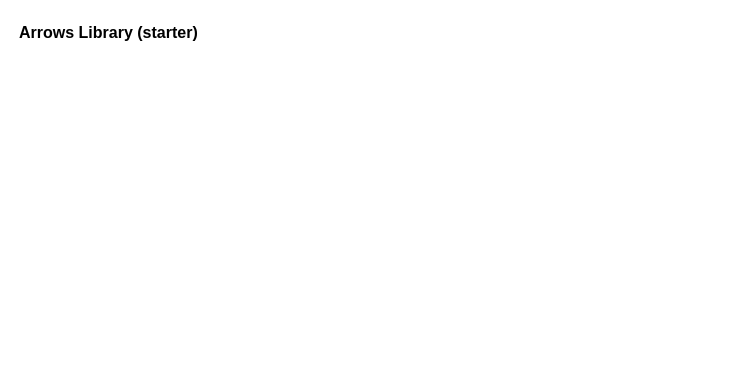
Before: shared-resources/drawio-icons/arrows.drawio in rohittewari/openclaw-repo, a draw.io diagram. Source tidied: cells renumbered, new cells numbered last; positions are measured from the earlier drawing's top-left corner, leaving out a move shared by most shapes. Both pictures are drawn from the tidied source at 100%, with x=0, y=0 at pixel (17, 17).
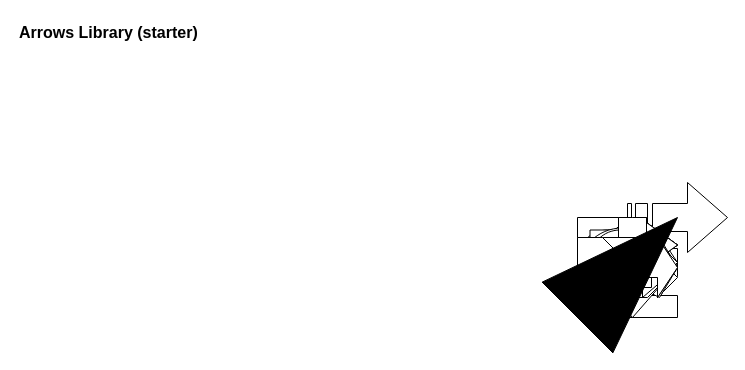
Above is the later version.

Diff of the diagram source:
```diff
@@
+    <mxCell id="3" style="html=1;shadow=0;dashed=0;align=center;verticalAlign=middle;shape=mxgraph.arrows2.arrow;dy=0.6;dx=40;notch=0;" parent="1" vertex="1">
+      <mxGeometry x="560" y="210" width="100" height="70" as="geometry" />
+    </mxCell>
+    <mxCell id="4" style="html=1;shadow=0;dashed=0;align=center;verticalAlign=middle;shape=mxgraph.arrows2.arrow;dy=0.6;dx=40;notch=15;" parent="1" vertex="1">
+      <mxGeometry x="560" y="210" width="100" height="70" as="geometry" />
+    </mxCell>
+    <mxCell id="5" style="html=1;shadow=0;dashed=0;align=center;verticalAlign=middle;shape=mxgraph.arrows2.twoWayArrow;dy=0.65;dx=22;" parent="1" vertex="1">
+      <mxGeometry x="560" y="220" width="100" height="60" as="geometry" />
+    </mxCell>
+    <mxCell id="6" style="html=1;shadow=0;dashed=0;align=center;verticalAlign=middle;shape=mxgraph.arrows2.bendArrow;dy=15;dx=38;notch=0;arrowHead=55;rounded=0;" parent="1" vertex="1">
+      <mxGeometry x="560" y="200" width="100" height="100" as="geometry" />
+    </mxCell>
+    <mxCell id="7" style="html=1;shadow=0;dashed=0;align=center;verticalAlign=middle;shape=mxgraph.arrows2.calloutQuadArrow;dy=10;dx=20;notch=24;arrowHead=10;" parent="1" vertex="1">
+      <mxGeometry x="560" y="200" width="100" height="100" as="geometry" />
+    </mxCell>
+    <mxCell id="8" style="html=1;shadow=0;dashed=0;align=center;verticalAlign=middle;shape=mxgraph.arrows2.tailedNotchedArrow;dy1=10;dx1=20;notch=20;arrowHead=20;dx2=25;dy2=30;" parent="1" vertex="1">
+      <mxGeometry x="560" y="220" width="100" height="60" as="geometry" />
+    </mxCell>
+    <mxCell id="9" style="shape=mxgraph.arrows2.wedgeArrowDashed2;html=1;startWidth=50;stepSize=15;rounded=0;" parent="1" edge="1" target="10">
+      <mxGeometry relative="1" as="geometry">
+        <mxPoint x="560" y="300" as="sourcePoint" />
+      </mxGeometry>
+    </mxCell>
+    <mxCell id="10" style="html=1;shadow=0;dashed=0;align=center;verticalAlign=middle;shape=mxgraph.arrows2.stripedArrow;dy=0.6;dx=40;notch=25;" parent="1" vertex="1">
+      <mxGeometry x="610" y="165" width="100" height="70" as="geometry" />
+    </mxCell>
+    <mxCell id="11" style="html=1;shadow=0;dashed=0;align=center;verticalAlign=middle;shape=mxgraph.arrows2.calloutDouble90Arrow;dy1=10;dx1=20;dx2=70;dy2=70;arrowHead=10;" parent="1" vertex="1">
+      <mxGeometry x="560" y="200" width="100" height="100" as="geometry" />
+    </mxCell>
+    <mxCell id="12" style="html=1;shadow=0;dashed=0;align=center;verticalAlign=middle;shape=mxgraph.arrows2.bendArrow;dy=15;dx=38;notch=0;arrowHead=55;rounded=1;" parent="1" vertex="1">
+      <mxGeometry x="560" y="200" width="100" height="100" as="geometry" />
+    </mxCell>
+    <mxCell id="13" style="html=1;shadow=0;dashed=0;align=center;verticalAlign=middle;shape=mxgraph.arrows2.stylisedArrow;dy=0.6;dx=40;notch=15;feather=0.4;" parent="1" vertex="1">
+      <mxGeometry x="560" y="220" width="100" height="60" as="geometry" />
+    </mxCell>
+    <mxCell id="14" style="html=1;shadow=0;dashed=0;align=center;verticalAlign=middle;shape=mxgraph.arrows2.arrow;dy=0;dx=10;notch=10;" parent="1" vertex="1">
+      <mxGeometry x="560" y="230" width="100" height="30" as="geometry" />
+    </mxCell>
+    <mxCell id="15" style="html=1;shadow=0;dashed=0;align=center;verticalAlign=middle;shape=mxgraph.arrows2.arrow;dy=0.6;dx=40;flipH=1;notch=0;legacyAnchorPoints=0;" parent="1" vertex="1">
+      <mxGeometry x="560" y="210" width="100" height="70" as="geometry" />
+    </mxCell>
+    <mxCell id="16" style="html=1;shadow=0;dashed=0;align=center;verticalAlign=middle;shape=mxgraph.arrows2.arrow;dy=0.6;dx=40;direction=north;notch=0;" parent="1" vertex="1">
+      <mxGeometry x="580" y="200" width="70" height="100" as="geometry" />
+    </mxCell>
+    <mxCell id="17" style="html=1;shadow=0;dashed=0;align=center;verticalAlign=middle;shape=mxgraph.arrows2.arrow;dy=0;dx=10;notch=0;" parent="1" vertex="1">
+      <mxGeometry x="560" y="230" width="100" height="30" as="geometry" />
+    </mxCell>
+    <mxCell id="18" style="html=1;shadow=0;dashed=0;align=center;verticalAlign=middle;shape=mxgraph.arrows2.sharpArrow;dy1=0.67;dx1=18;dx2=18;notch=0;" parent="1" vertex="1">
+      <mxGeometry x="560" y="220" width="100" height="60" as="geometry" />
+    </mxCell>
+    <mxCell id="19" style="html=1;shadow=0;dashed=0;align=center;verticalAlign=middle;shape=mxgraph.arrows2.bendDoubleArrow;dy=15;dx=38;arrowHead=55;rounded=0;" parent="1" vertex="1">
+      <mxGeometry x="560" y="200" width="100" height="100" as="geometry" />
+    </mxCell>
+    <mxCell id="20" style="html=1;shadow=0;dashed=0;align=center;verticalAlign=middle;shape=mxgraph.arrows2.quadArrow;dy=10;dx=20;notch=24;arrowHead=10;" parent="1" vertex="1">
+      <mxGeometry x="560" y="200" width="100" height="100" as="geometry" />
+    </mxCell>
+    <mxCell id="21" style="html=1;shadow=0;dashed=0;align=center;verticalAlign=middle;shape=mxgraph.arrows2.jumpInArrow;dy=15;dx=38;arrowHead=55;" parent="1" vertex="1">
+      <mxGeometry x="560" y="200" width="100" height="100" as="geometry" />
+    </mxCell>
+    <mxCell id="22" style="html=1;shadow=0;dashed=0;align=center;verticalAlign=middle;shape=mxgraph.arrows2.uTurnArrow;dy=11;arrowHead=43;dx2=25;" parent="1" vertex="1">
+      <mxGeometry x="560" y="200" width="100" height="100" as="geometry" />
+    </mxCell>
+    <mxCell id="23" style="html=1;shadow=0;dashed=0;align=center;verticalAlign=middle;shape=mxgraph.arrows2.triadArrow;dy=10;dx=20;arrowHead=40;" parent="1" vertex="1">
+      <mxGeometry x="560" y="210" width="100" height="70" as="geometry" />
+    </mxCell>
+    <mxCell id="24" style="html=1;shadow=0;dashed=0;align=center;verticalAlign=middle;shape=mxgraph.arrows2.bendDoubleArrow;dy=15;dx=38;arrowHead=55;rounded=1;" parent="1" vertex="1">
+      <mxGeometry x="560" y="200" width="100" height="100" as="geometry" />
+    </mxCell>
+    <mxCell id="25" style="html=1;shadow=0;dashed=0;align=center;verticalAlign=middle;shape=mxgraph.arrows2.sharpArrow2;dy1=0.67;dx1=18;dx2=18;dy3=0.15;dx3=27;notch=0;" parent="1" vertex="1">
+      <mxGeometry x="560" y="220" width="100" height="60" as="geometry" />
+    </mxCell>
+    <mxCell id="26" style="html=1;shadow=0;dashed=0;align=center;verticalAlign=middle;shape=mxgraph.arrows2.arrow;dy=0.67;dx=20;notch=0;" parent="1" vertex="1">
+      <mxGeometry x="560" y="220" width="100" height="60" as="geometry" />
+    </mxCell>
+    <mxCell id="27" style="html=1;shadow=0;dashed=0;align=center;verticalAlign=middle;shape=mxgraph.arrows2.arrow;dy=0.6;dx=40;direction=south;notch=0;" parent="1" vertex="1">
+      <mxGeometry x="580" y="200" width="70" height="100" as="geometry" />
+    </mxCell>
+    <mxCell id="28" style="html=1;shadow=0;dashed=0;align=center;verticalAlign=middle;shape=mxgraph.arrows2.arrow;dy=0;dx=30;notch=30;" parent="1" vertex="1">
+      <mxGeometry x="560" y="220" width="100" height="60" as="geometry" />
+    </mxCell>
+    <mxCell id="29" style="html=1;shadow=0;dashed=0;align=center;verticalAlign=middle;shape=mxgraph.arrows2.twoWayArrow;dy=0.6;dx=35;" parent="1" vertex="1">
+      <mxGeometry x="560" y="220" width="100" height="60" as="geometry" />
+    </mxCell>
+    <mxCell id="30" style="html=1;shadow=0;dashed=0;align=center;verticalAlign=middle;shape=mxgraph.arrows2.calloutArrow;dy=10;dx=20;notch=60;arrowHead=10;" parent="1" vertex="1">
+      <mxGeometry x="560" y="220" width="100" height="60" as="geometry" />
+    </mxCell>
+    <mxCell id="31" style="html=1;shadow=0;dashed=0;align=center;verticalAlign=middle;shape=mxgraph.arrows2.calloutDoubleArrow;dy=10;dx=20;notch=24;arrowHead=10;" parent="1" vertex="1">
+      <mxGeometry x="560" y="220" width="100" height="50" as="geometry" />
+    </mxCell>
+    <mxCell id="32" style="html=1;shadow=0;dashed=0;align=center;verticalAlign=middle;shape=mxgraph.arrows2.tailedArrow;dy1=10;dx1=20;notch=0;arrowHead=20;dx2=25;dy2=30;" parent="1" vertex="1">
+      <mxGeometry x="560" y="220" width="100" height="60" as="geometry" />
+    </mxCell>
+    <mxCell id="33" style="shape=mxgraph.arrows2.wedgeArrow;html=1;startWidth=50;fillColor=strokeColor;defaultFillColor=invert;defaultGradientColor=invert;rounded=0;" parent="1" edge="1">
+      <mxGeometry relative="1" as="geometry">
+        <mxPoint x="560" y="300" as="sourcePoint" />
+        <mxPoint x="660" y="200" as="targetPoint" />
+      </mxGeometry>
+    </mxCell>
```
